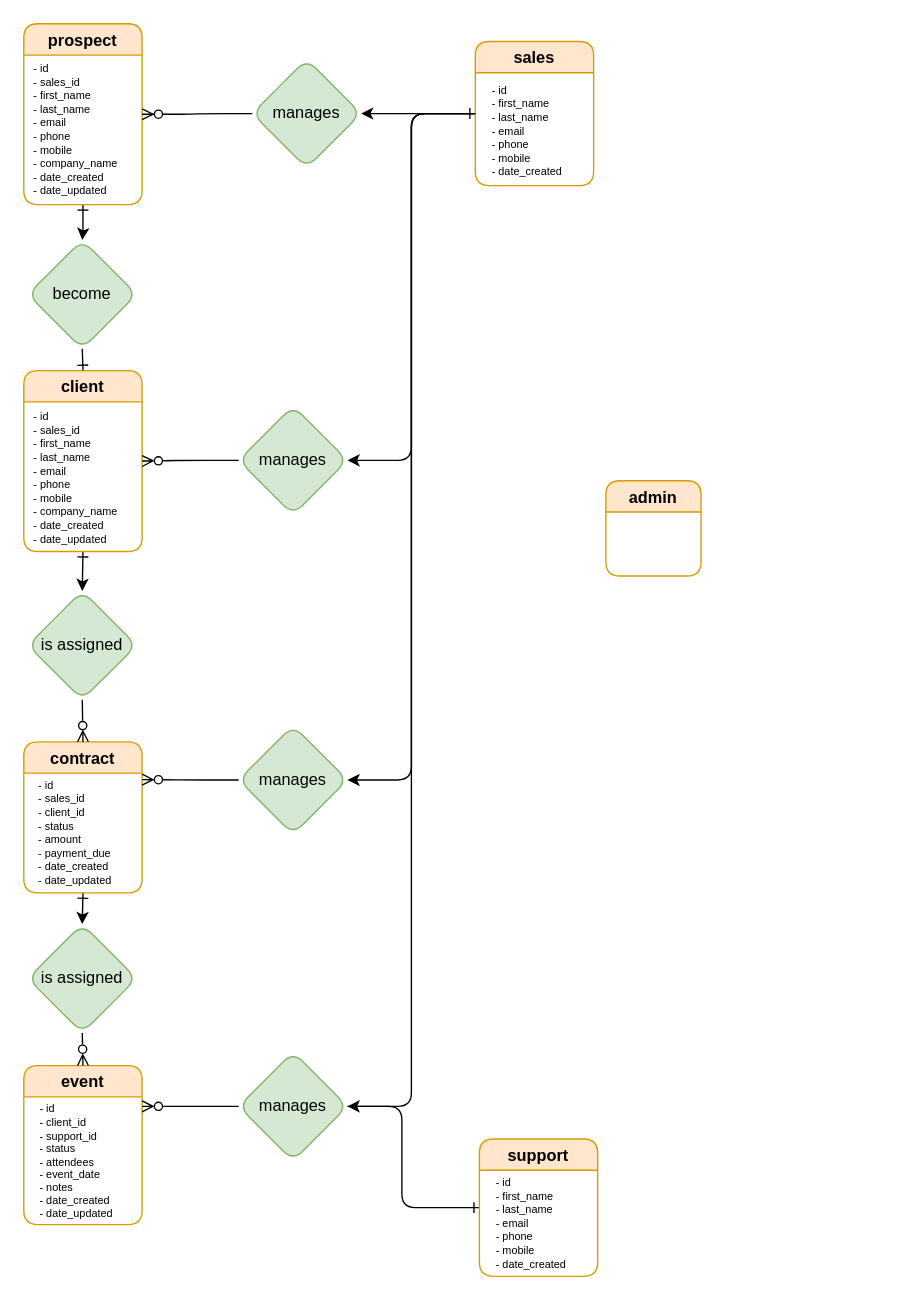
Above: documents/ERD.drawio in GDSDC/OpenclassroomsProject-P12 (draw.io), before the change. Source tidied: cells renumbered, new cells numbered last; positions are measured from the earlier drawing's top-left corner, leaving out a move shared by most shapes. Both pictures are drawn from the tidied source at 136%, with x=0, y=0 at pixel (23, 23).
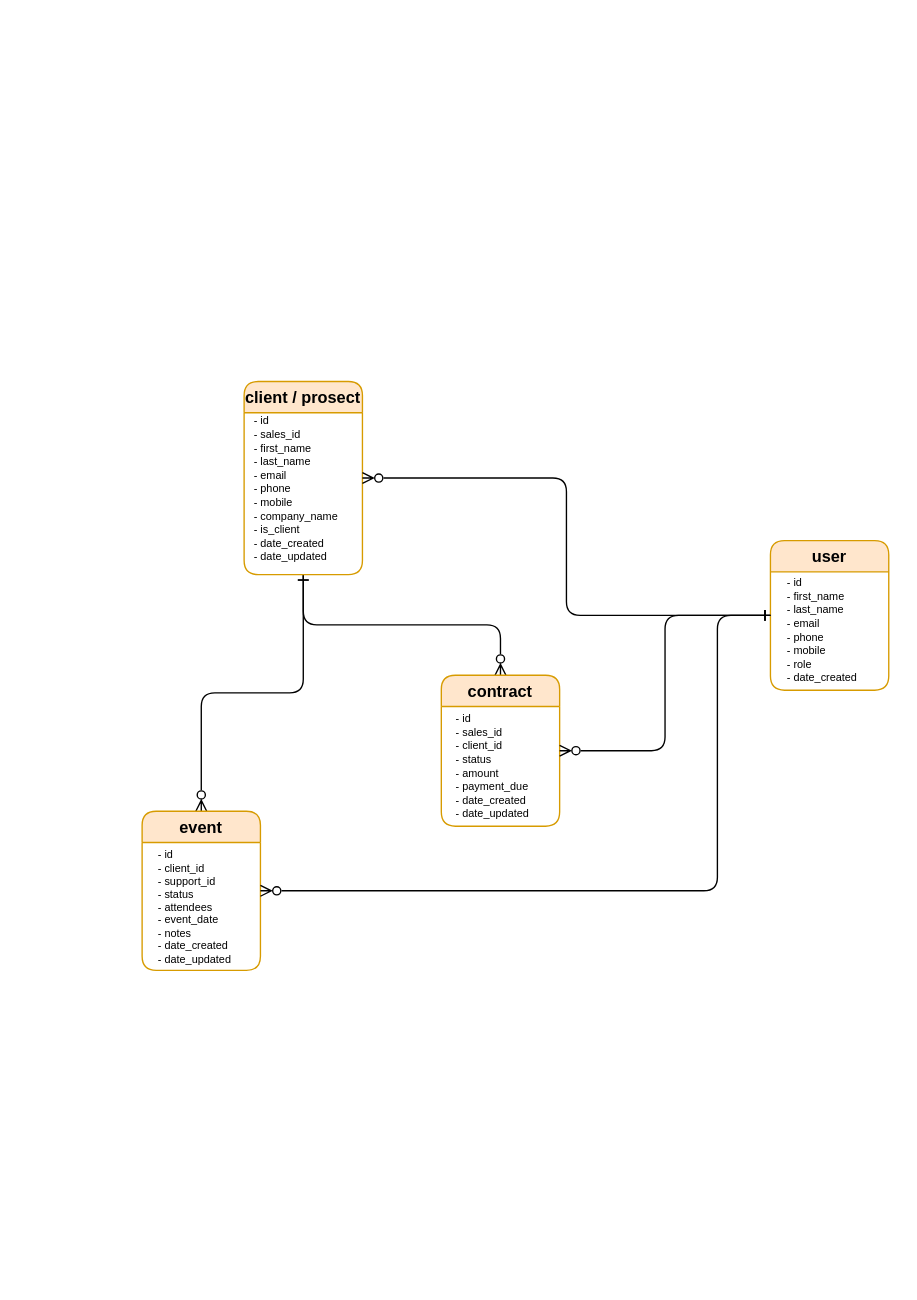
The same page after the edit.

What changed in the source:
```diff
@@
-    <mxCell id="2" style="edgeStyle=orthogonalEdgeStyle;jettySize=auto;html=1;startArrow=ERone;startFill=0;" parent="1" edge="1" source="3" target="18">
-      <mxGeometry relative="1" as="geometry" />
-    </mxCell>
-    <mxCell id="3" value="prospect" style="swimlane;fillColor=#ffe6cc;strokeColor=#d79b00;rounded=1;startSize=23;" parent="1" vertex="1">
-      <mxGeometry width="87" height="133" as="geometry" />
-    </mxCell>
-    <mxCell id="4" value="- id&#10;- sales_id&#10;- first_name&#10;- last_name&#10;- email&#10;- phone&#10;- mobile&#10;- company_name&#10;- date_created&#10;- date_updated" style="text;align=left;verticalAlign=middle;strokeColor=none;fillColor=none;fontSize=8;horizontal=1;spacing=2;fontStyle=0;" parent="3" vertex="1">
-      <mxGeometry x="5.5" y="24" width="76" height="108" as="geometry" />
-    </mxCell>
-    <mxCell id="5" style="edgeStyle=orthogonalEdgeStyle;jettySize=auto;html=1;exitX=0.5;exitY=1;exitDx=0;exitDy=0;entryX=0.5;entryY=0;entryDx=0;entryDy=0;startArrow=ERone;startFill=0;" parent="1" edge="1" source="6" target="23">
-      <mxGeometry relative="1" as="geometry" />
-    </mxCell>
+    <mxCell id="38" style="edgeStyle=orthogonalEdgeStyle;jettySize=auto;html=1;exitX=0.5;exitY=1;exitDx=0;exitDy=0;startArrow=ERone;startFill=0;endArrow=ERzeroToMany;endFill=0;" parent="1" edge="1" source="6" target="11">
+      <mxGeometry relative="1" as="geometry" />
+    </mxCell>
+    <mxCell id="39" style="edgeStyle=orthogonalEdgeStyle;jettySize=auto;html=1;exitX=0.5;exitY=1;exitDx=0;exitDy=0;startArrow=ERone;startFill=0;endArrow=ERzeroToMany;endFill=0;" parent="1" edge="1" source="6" target="9">
+      <mxGeometry relative="1" as="geometry" />
+    </mxCell>
-    <mxCell id="6" value="client" style="swimlane;fillColor=#ffe6cc;strokeColor=#d79b00;rounded=1;startSize=23;" parent="1" vertex="1">
-      <mxGeometry y="255" width="87" height="133" as="geometry" />
+    <mxCell id="6" value="client / prosect" style="swimlane;fillColor=#ffe6cc;strokeColor=#d79b00;startSize=23;rounded=1;" parent="1" vertex="1">
+      <mxGeometry x="162" y="263" width="87" height="142" as="geometry" />
     </mxCell>
-    <mxCell id="7" value="- id&#10;- sales_id&#10;- first_name&#10;- last_name&#10;- email&#10;- phone&#10;- mobile&#10;- company_name&#10;- date_created&#10;- date_updated" style="text;align=left;verticalAlign=middle;strokeColor=none;fillColor=none;fontSize=8;horizontal=1;spacing=2;fontStyle=0;" parent="6" vertex="1">
-      <mxGeometry x="5.5" y="25" width="76" height="108" as="geometry" />
+    <mxCell id="7" value="- id&#10;- sales_id&#10;- first_name&#10;- last_name&#10;- email&#10;- phone&#10;- mobile&#10;- company_name&#10;- is_client&#10;- date_created&#10;- date_updated" style="text;align=left;verticalAlign=middle;strokeColor=none;fillColor=none;fontSize=8;horizontal=1;spacing=2;fontStyle=0;rounded=1;" parent="6" vertex="1">
+      <mxGeometry x="5.5" y="20" width="76" height="118" as="geometry" />
     </mxCell>
-    <mxCell id="8" style="edgeStyle=orthogonalEdgeStyle;jettySize=auto;html=1;exitX=0.5;exitY=1;exitDx=0;exitDy=0;entryX=0.5;entryY=0;entryDx=0;entryDy=0;startArrow=ERone;startFill=0;" parent="1" edge="1" source="9" target="25">
-      <mxGeometry relative="1" as="geometry" />
-    </mxCell>
     <mxCell id="9" value="contract" style="swimlane;fillColor=#ffe6cc;strokeColor=#d79b00;rounded=1;" parent="1" vertex="1">
-      <mxGeometry y="528" width="87" height="111" as="geometry" />
+      <mxGeometry x="307" y="479" width="87" height="111" as="geometry" />
     </mxCell>
-    <mxCell id="10" value="- id&#10;- sales_id&#10;- client_id&#10;- status&#10;- amount&#10;- payment_due&#10;- date_created&#10;- date_updated" style="text;align=left;verticalAlign=middle;strokeColor=none;fillColor=none;fontSize=8;horizontal=1;spacing=2;fontStyle=0;" parent="9" vertex="1">
+    <mxCell id="10" value="- id&#10;- sales_id&#10;- client_id&#10;- status&#10;- amount&#10;- payment_due&#10;- date_created&#10;- date_updated" style="text;align=left;verticalAlign=middle;strokeColor=none;fillColor=none;fontSize=8;horizontal=1;spacing=2;fontStyle=0;rounded=1;" parent="9" vertex="1">
       <mxGeometry x="9" y="23" width="68" height="88" as="geometry" />
     </mxCell>
     <mxCell id="11" value="event" style="swimlane;fillColor=#ffe6cc;strokeColor=#d79b00;rounded=1;" parent="1" vertex="1">
-      <mxGeometry y="766" width="87" height="117" as="geometry" />
+      <mxGeometry x="87" y="579" width="87" height="117" as="geometry" />
     </mxCell>
-    <mxCell id="12" value="- id&lt;br&gt;- client_id&lt;br&gt;- support_id&lt;br&gt;- status&lt;br&gt;- attendees&lt;br&gt;- event_date&lt;br&gt;- notes&lt;br&gt;- date_created&lt;br&gt;- date_updated" style="text;align=left;verticalAlign=middle;strokeColor=none;fillColor=none;fontSize=8;horizontal=1;spacing=2;fontStyle=0;html=1;" parent="11" vertex="1">
+    <mxCell id="12" value="- id&lt;br&gt;- client_id&lt;br&gt;- support_id&lt;br&gt;- status&lt;br&gt;- attendees&lt;br&gt;- event_date&lt;br&gt;- notes&lt;br&gt;- date_created&lt;br&gt;- date_updated" style="text;align=left;verticalAlign=middle;strokeColor=none;fillColor=none;fontSize=8;horizontal=1;spacing=2;fontStyle=0;html=1;rounded=1;" parent="11" vertex="1">
       <mxGeometry x="10" y="22" width="68" height="98" as="geometry" />
     </mxCell>
-    <mxCell id="13" style="edgeStyle=orthogonalEdgeStyle;jettySize=auto;html=1;exitX=0;exitY=0.5;exitDx=0;exitDy=0;entryX=1;entryY=0.5;entryDx=0;entryDy=0;startArrow=ERone;startFill=0;" parent="1" edge="1" source="14" target="31">
-      <mxGeometry relative="1" as="geometry">
-        <Array as="points">
-          <mxPoint x="278" y="871" />
-          <mxPoint x="278" y="796" />
-        </Array>
-      </mxGeometry>
-    </mxCell>
-    <mxCell id="14" value="support" style="swimlane;fillColor=#ffe6cc;strokeColor=#d79b00;rounded=1;" parent="1" vertex="1">
-      <mxGeometry x="335" y="820" width="87" height="101" as="geometry" />
-    </mxCell>
-    <mxCell id="15" value="- id&#10;- first_name&#10;- last_name&#10;- email&#10;- phone&#10;- mobile&#10;- date_created" style="text;align=left;verticalAlign=middle;strokeColor=none;fillColor=none;fontSize=8;horizontal=1;spacing=2;fontStyle=0;" parent="14" vertex="1">
-      <mxGeometry x="10.5" y="23" width="66" height="78" as="geometry" />
-    </mxCell>
-    <mxCell id="16" value="admin" style="swimlane;fillColor=#ffe6cc;strokeColor=#d79b00;rounded=1;" parent="1" vertex="1">
-      <mxGeometry x="428" y="336" width="70" height="70" as="geometry" />
-    </mxCell>
-    <mxCell id="17" style="edgeStyle=orthogonalEdgeStyle;jettySize=auto;html=1;exitX=0.5;exitY=1;exitDx=0;exitDy=0;entryX=0.5;entryY=0;entryDx=0;entryDy=0;endArrow=ERone;endFill=0;" parent="1" edge="1" source="18" target="6">
-      <mxGeometry relative="1" as="geometry" />
-    </mxCell>
-    <mxCell id="18" value="become" style="rhombus;whiteSpace=wrap;html=1;fillColor=#d5e8d4;strokeColor=#82b366;rounded=1;" parent="1" vertex="1">
-      <mxGeometry x="3" y="159" width="80" height="80" as="geometry" />
-    </mxCell>
-    <mxCell id="19" style="edgeStyle=orthogonalEdgeStyle;jettySize=auto;html=1;entryX=1;entryY=0.5;entryDx=0;entryDy=0;endArrow=ERzeroToMany;endFill=0;" parent="1" edge="1" source="21" target="6">
-      <mxGeometry relative="1" as="geometry" />
-    </mxCell>
-    <mxCell id="20" style="edgeStyle=orthogonalEdgeStyle;rounded=1;jettySize=auto;html=1;exitX=1;exitY=0.5;exitDx=0;exitDy=0;entryX=0;entryY=0.5;entryDx=0;entryDy=0;fontSize=8;endArrow=none;endFill=0;startSize=6;startArrow=classic;startFill=1;" parent="1" edge="1" source="21" target="35">
-      <mxGeometry relative="1" as="geometry" />
-    </mxCell>
-    <mxCell id="21" value="manages" style="rhombus;whiteSpace=wrap;html=1;fillColor=#d5e8d4;strokeColor=#82b366;rounded=1;" parent="1" vertex="1">
-      <mxGeometry x="158" y="281" width="80" height="80" as="geometry" />
-    </mxCell>
-    <mxCell id="22" style="edgeStyle=orthogonalEdgeStyle;jettySize=auto;html=1;exitX=0.5;exitY=1;exitDx=0;exitDy=0;entryX=0.5;entryY=0;entryDx=0;entryDy=0;startArrow=none;startFill=0;endArrow=ERzeroToMany;endFill=0;" parent="1" edge="1" source="23" target="9">
-      <mxGeometry relative="1" as="geometry" />
-    </mxCell>
-    <mxCell id="23" value="is assigned" style="rhombus;whiteSpace=wrap;html=1;fillColor=#d5e8d4;strokeColor=#82b366;rounded=1;" parent="1" vertex="1">
-      <mxGeometry x="3" y="417" width="80" height="80" as="geometry" />
-    </mxCell>
-    <mxCell id="24" style="edgeStyle=orthogonalEdgeStyle;jettySize=auto;html=1;exitX=0.5;exitY=1;exitDx=0;exitDy=0;entryX=0.5;entryY=0;entryDx=0;entryDy=0;startArrow=none;startFill=0;endArrow=ERzeroToMany;endFill=0;" parent="1" edge="1" source="25" target="11">
-      <mxGeometry relative="1" as="geometry" />
-    </mxCell>
-    <mxCell id="25" value="is assigned" style="rhombus;whiteSpace=wrap;html=1;fillColor=#d5e8d4;strokeColor=#82b366;rounded=1;" parent="1" vertex="1">
-      <mxGeometry x="3" y="662" width="80" height="80" as="geometry" />
-    </mxCell>
-    <mxCell id="26" style="edgeStyle=orthogonalEdgeStyle;jettySize=auto;html=1;exitX=0;exitY=0.5;exitDx=0;exitDy=0;endArrow=ERzeroToMany;endFill=0;entryX=1;entryY=0.25;entryDx=0;entryDy=0;" parent="1" edge="1" source="28" target="9">
-      <mxGeometry relative="1" as="geometry" />
-    </mxCell>
-    <mxCell id="27" style="edgeStyle=orthogonalEdgeStyle;rounded=1;jettySize=auto;html=1;exitX=1;exitY=0.5;exitDx=0;exitDy=0;fontSize=8;endArrow=none;endFill=0;startSize=6;entryX=0;entryY=0.5;entryDx=0;entryDy=0;startArrow=classic;startFill=1;" parent="1" edge="1" source="28" target="35">
-      <mxGeometry relative="1" as="geometry" />
-    </mxCell>
-    <mxCell id="28" value="manages" style="rhombus;whiteSpace=wrap;html=1;fillColor=#d5e8d4;strokeColor=#82b366;rounded=1;" parent="1" vertex="1">
-      <mxGeometry x="158" y="516" width="80" height="80" as="geometry" />
-    </mxCell>
-    <mxCell id="29" style="edgeStyle=orthogonalEdgeStyle;jettySize=auto;html=1;exitX=0;exitY=0.5;exitDx=0;exitDy=0;endArrow=ERzeroToMany;endFill=0;" parent="1" edge="1" source="31">
-      <mxGeometry relative="1" as="geometry">
-        <mxPoint x="87" y="796" as="targetPoint" />
-      </mxGeometry>
-    </mxCell>
-    <mxCell id="30" style="edgeStyle=orthogonalEdgeStyle;rounded=1;jettySize=auto;html=1;exitX=1;exitY=0.5;exitDx=0;exitDy=0;entryX=0;entryY=0.5;entryDx=0;entryDy=0;fontSize=8;endArrow=none;endFill=0;startSize=23;" parent="1" edge="1" source="31" target="35">
-      <mxGeometry relative="1" as="geometry" />
-    </mxCell>
-    <mxCell id="31" value="manages" style="rhombus;whiteSpace=wrap;html=1;fillColor=#d5e8d4;strokeColor=#82b366;rounded=1;" parent="1" vertex="1">
-      <mxGeometry x="158" y="756" width="80" height="80" as="geometry" />
-    </mxCell>
-    <mxCell id="32" style="edgeStyle=entityRelationEdgeStyle;fontSize=12;html=1;endArrow=ERzeroToMany;startArrow=none;entryX=1;entryY=0.5;entryDx=0;entryDy=0;startFill=0;startSize=12;" parent="1" edge="1" source="33" target="3">
-      <mxGeometry relative="1" as="geometry" />
-    </mxCell>
-    <mxCell id="33" value="manages" style="rhombus;whiteSpace=wrap;html=1;fillColor=#d5e8d4;strokeColor=#82b366;rounded=1;" parent="1" vertex="1">
-      <mxGeometry x="168" y="26" width="80" height="80" as="geometry" />
-    </mxCell>
-    <mxCell id="34" style="group;" parent="1" vertex="1">
-      <mxGeometry x="335" y="10" width="87" height="136" as="geometry" />
+    <mxCell id="34" style="group;rounded=1;" parent="1" vertex="1">
+      <mxGeometry x="552" y="377" width="87" height="136" as="geometry" />
     </mxCell>
-    <mxCell id="35" value="sales" style="swimlane;fillColor=#ffe6cc;strokeColor=#d79b00;rounded=1;whiteSpace=wrap;" parent="34" vertex="1">
-      <mxGeometry x="-3" y="3" width="87" height="106" as="geometry" />
+    <mxCell id="35" value="user" style="swimlane;fillColor=#ffe6cc;strokeColor=#d79b00;whiteSpace=wrap;rounded=1;" parent="34" vertex="1">
+      <mxGeometry x="-3" y="3" width="87" height="110" as="geometry" />
     </mxCell>
-    <mxCell id="36" value="- id&#10;- first_name&#10;- last_name&#10;- email&#10;- phone&#10;- mobile&#10;- date_created" style="text;align=left;verticalAlign=middle;strokeColor=none;fillColor=none;fontSize=8;horizontal=1;spacing=2;fontStyle=0;" parent="35" vertex="1">
-      <mxGeometry x="10.5" y="27" width="66" height="78" as="geometry" />
+    <mxCell id="36" value="- id&#10;- first_name&#10;- last_name&#10;- email&#10;- phone&#10;- mobile&#10;- role&#10;- date_created" style="text;align=left;verticalAlign=middle;strokeColor=none;fillColor=none;fontSize=8;horizontal=1;spacing=2;fontStyle=0;rounded=1;" parent="35" vertex="1">
+      <mxGeometry x="10.5" y="22" width="66" height="88" as="geometry" />
     </mxCell>
-    <mxCell id="37" style="edgeStyle=orthogonalEdgeStyle;rounded=1;jettySize=auto;html=1;exitX=0;exitY=0.5;exitDx=0;exitDy=0;entryX=1;entryY=0.5;entryDx=0;entryDy=0;fontSize=1;endArrow=classic;endFill=1;startSize=6;startArrow=ERone;startFill=0;strokeWidth=1;jumpSize=6;shadow=0;" parent="1" edge="1" source="35" target="33">
-      <mxGeometry relative="1" as="geometry" />
-    </mxCell>
+    <mxCell id="40" style="edgeStyle=orthogonalEdgeStyle;jettySize=auto;html=1;exitX=0;exitY=0.5;exitDx=0;exitDy=0;entryX=1;entryY=0.5;entryDx=0;entryDy=0;startArrow=ERone;startFill=0;endArrow=ERzeroToMany;endFill=0;" parent="1" edge="1" source="35" target="6">
+      <mxGeometry relative="1" as="geometry" />
+    </mxCell>
+    <mxCell id="41" style="edgeStyle=orthogonalEdgeStyle;jettySize=auto;html=1;exitX=0;exitY=0.5;exitDx=0;exitDy=0;entryX=1;entryY=0.5;entryDx=0;entryDy=0;startArrow=ERone;startFill=0;endArrow=ERzeroToMany;endFill=0;" parent="1" edge="1" source="35" target="9">
+      <mxGeometry relative="1" as="geometry" />
+    </mxCell>
+    <mxCell id="42" style="edgeStyle=orthogonalEdgeStyle;jettySize=auto;html=1;exitX=0;exitY=0.5;exitDx=0;exitDy=0;entryX=1;entryY=0.5;entryDx=0;entryDy=0;startArrow=ERone;startFill=0;endArrow=ERzeroToMany;endFill=0;" parent="1" edge="1" source="35" target="11">
+      <mxGeometry relative="1" as="geometry">
+        <Array as="points">
+          <mxPoint x="510" y="435" />
+          <mxPoint x="510" y="638" />
+        </Array>
+      </mxGeometry>
+    </mxCell>
```
